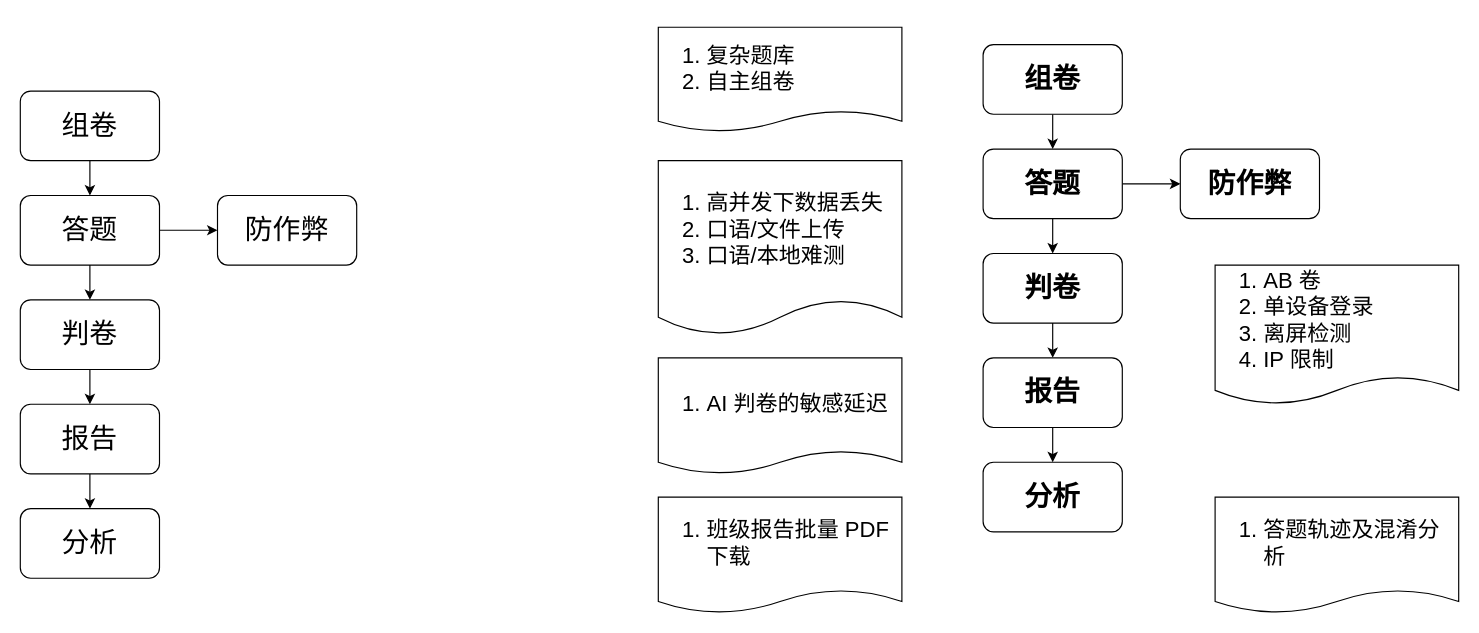
Earlier version of the draw.io diagram page "流程图" (1 of 2) of business/assets/exam.drawio (shfshanyue/blog). Source tidied: cells renumbered, new cells numbered last; positions are measured from the earlier drawing's top-left corner, leaving out a move shared by most shapes. Both pictures are drawn from the tidied source at 116%, with x=0, y=0 at pixel (20, 27).
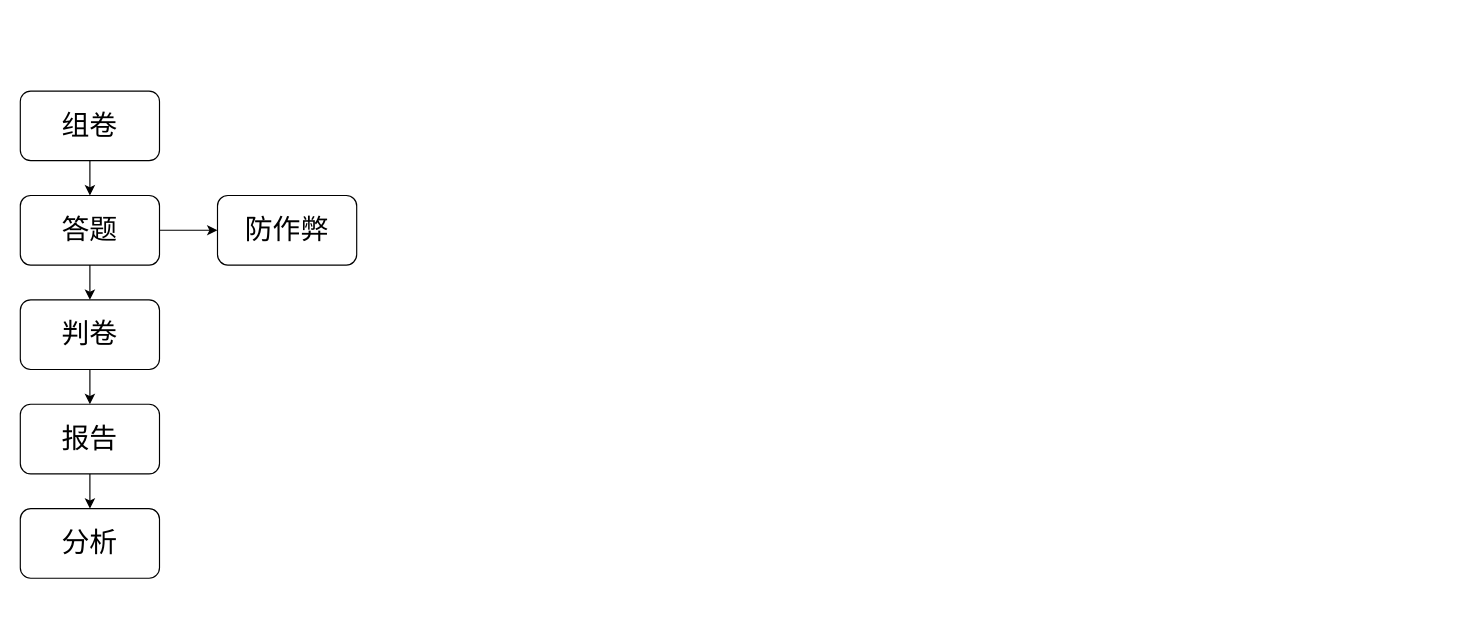
The same page after the edit.

What changed in the source:
```diff
@@
-    <mxCell id="13" style="edgeStyle=orthogonalEdgeStyle;rounded=0;jettySize=auto;html=1;exitX=0.5;exitY=1;exitDx=0;exitDy=0;entryX=0.5;entryY=0;entryDx=0;entryDy=0;fontStyle=1;" parent="1" edge="1" source="14" target="17">
-      <mxGeometry relative="1" as="geometry" />
-    </mxCell>
-    <mxCell id="14" value="&lt;font style=&quot;font-size: 24px&quot;&gt;组卷&lt;/font&gt;" style="rounded=1;whiteSpace=wrap;html=1;fontStyle=1;" parent="1" vertex="1">
-      <mxGeometry x="830" y="15" width="120" height="60" as="geometry" />
-    </mxCell>
-    <mxCell id="15" style="edgeStyle=orthogonalEdgeStyle;rounded=0;jettySize=auto;html=1;exitX=0.5;exitY=1;exitDx=0;exitDy=0;entryX=0.5;entryY=0;entryDx=0;entryDy=0;fontStyle=1;" parent="1" edge="1" source="17" target="19">
-      <mxGeometry relative="1" as="geometry" />
-    </mxCell>
-    <mxCell id="16" style="edgeStyle=orthogonalEdgeStyle;rounded=0;jettySize=auto;html=1;exitX=1;exitY=0.5;exitDx=0;exitDy=0;fontStyle=1;" parent="1" edge="1" source="17">
-      <mxGeometry relative="1" as="geometry">
-        <mxPoint x="1000" y="135" as="targetPoint" />
-      </mxGeometry>
-    </mxCell>
-    <mxCell id="17" value="&lt;font style=&quot;font-size: 24px&quot;&gt;答题&lt;/font&gt;" style="rounded=1;whiteSpace=wrap;html=1;fontStyle=1;" parent="1" vertex="1">
-      <mxGeometry x="830" y="105" width="120" height="60" as="geometry" />
-    </mxCell>
-    <mxCell id="18" style="edgeStyle=orthogonalEdgeStyle;rounded=0;jettySize=auto;html=1;exitX=0.5;exitY=1;exitDx=0;exitDy=0;entryX=0.5;entryY=0;entryDx=0;entryDy=0;fontStyle=1;" parent="1" edge="1" source="19" target="21">
-      <mxGeometry relative="1" as="geometry" />
-    </mxCell>
-    <mxCell id="19" value="&lt;font style=&quot;font-size: 24px&quot;&gt;判卷&lt;/font&gt;" style="rounded=1;whiteSpace=wrap;html=1;fontStyle=1;" parent="1" vertex="1">
-      <mxGeometry x="830" y="195" width="120" height="60" as="geometry" />
-    </mxCell>
-    <mxCell id="20" style="edgeStyle=orthogonalEdgeStyle;rounded=0;jettySize=auto;html=1;exitX=0.5;exitY=1;exitDx=0;exitDy=0;entryX=0.5;entryY=0;entryDx=0;entryDy=0;fontStyle=1;" parent="1" edge="1" source="21" target="22">
-      <mxGeometry relative="1" as="geometry" />
-    </mxCell>
-    <mxCell id="21" value="&lt;font style=&quot;font-size: 24px&quot;&gt;报告&lt;/font&gt;" style="rounded=1;whiteSpace=wrap;html=1;fontStyle=1;" parent="1" vertex="1">
-      <mxGeometry x="830" y="285" width="120" height="60" as="geometry" />
-    </mxCell>
-    <mxCell id="22" value="&lt;font style=&quot;font-size: 24px&quot;&gt;分析&lt;/font&gt;" style="rounded=1;whiteSpace=wrap;html=1;fontStyle=1;" parent="1" vertex="1">
-      <mxGeometry x="830" y="375" width="120" height="60" as="geometry" />
-    </mxCell>
-    <mxCell id="23" value="&lt;font style=&quot;font-size: 24px&quot;&gt;防作弊&lt;/font&gt;" style="rounded=1;whiteSpace=wrap;html=1;fontStyle=1;" parent="1" vertex="1">
-      <mxGeometry x="1000" y="105" width="120" height="60" as="geometry" />
-    </mxCell>
-    <mxCell id="24" value="&lt;ol&gt;&lt;li&gt;&lt;span&gt;高并发下&lt;/span&gt;数据丢失&lt;/li&gt;&lt;li&gt;&lt;span&gt;口语/文件上传&lt;/span&gt;&lt;/li&gt;&lt;li&gt;&lt;span&gt;口语/本地难测&lt;/span&gt;&lt;/li&gt;&lt;/ol&gt;" style="shape=document;whiteSpace=wrap;html=1;boundedLbl=1;fontSize=19;align=left;size=0.2;" parent="1" vertex="1">
-      <mxGeometry x="550" y="115" width="210" height="150" as="geometry" />
-    </mxCell>
-    <mxCell id="25" value="&lt;ol&gt;&lt;li&gt;复杂题库&lt;/li&gt;&lt;li&gt;自主组卷&lt;/li&gt;&lt;/ol&gt;" style="shape=document;whiteSpace=wrap;html=1;boundedLbl=1;fontSize=19;align=left;size=0.2;" parent="1" vertex="1">
-      <mxGeometry x="550" width="210" height="90" as="geometry" />
-    </mxCell>
-    <mxCell id="26" value="&lt;ol&gt;&lt;li&gt;AI 判卷的敏感延迟&lt;/li&gt;&lt;/ol&gt;" style="shape=document;whiteSpace=wrap;html=1;boundedLbl=1;fontSize=19;align=left;size=0.2;" parent="1" vertex="1">
-      <mxGeometry x="550" y="285" width="210" height="100" as="geometry" />
-    </mxCell>
-    <mxCell id="27" value="&lt;ol&gt;&lt;li&gt;班级报告批量 PDF 下载&lt;/li&gt;&lt;/ol&gt;" style="shape=document;whiteSpace=wrap;html=1;boundedLbl=1;fontSize=19;align=left;size=0.2;" parent="1" vertex="1">
-      <mxGeometry x="550" y="405" width="210" height="100" as="geometry" />
-    </mxCell>
-    <mxCell id="28" value="&lt;ol&gt;&lt;li&gt;答题轨迹及混淆分析&lt;/li&gt;&lt;/ol&gt;" style="shape=document;whiteSpace=wrap;html=1;boundedLbl=1;fontSize=19;align=left;size=0.2;" parent="1" vertex="1">
-      <mxGeometry x="1030" y="405" width="210" height="100" as="geometry" />
-    </mxCell>
-    <mxCell id="29" value="&lt;ol&gt;&lt;li&gt;AB 卷&lt;/li&gt;&lt;li&gt;单设备登录&lt;/li&gt;&lt;li&gt;离屏检测&lt;/li&gt;&lt;li&gt;IP 限制&lt;/li&gt;&lt;/ol&gt;" style="shape=document;whiteSpace=wrap;html=1;boundedLbl=1;fontSize=19;align=left;size=0.2;" parent="1" vertex="1">
-      <mxGeometry x="1030" y="205" width="210" height="120" as="geometry" />
-    </mxCell>
```
